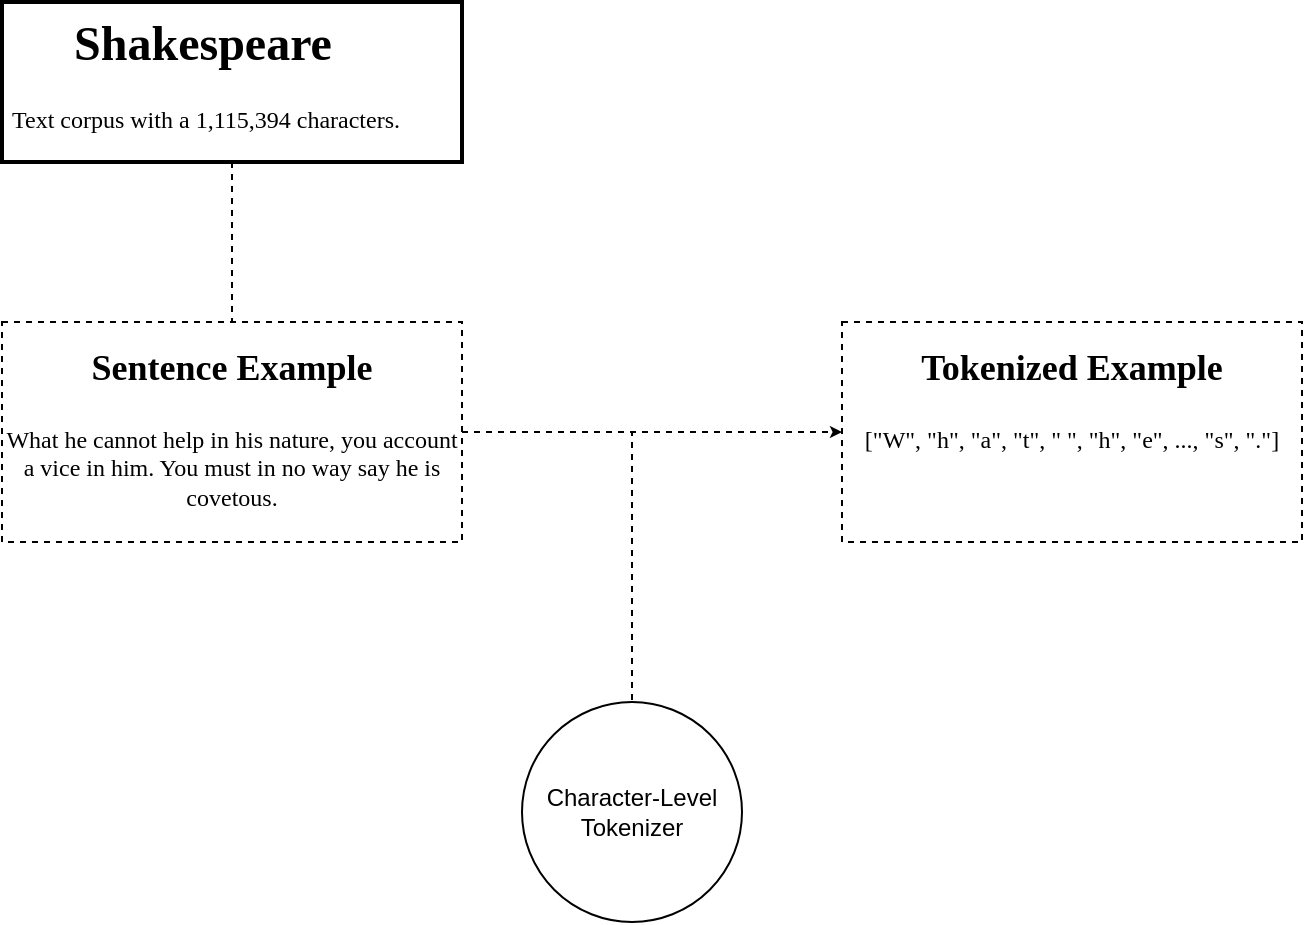
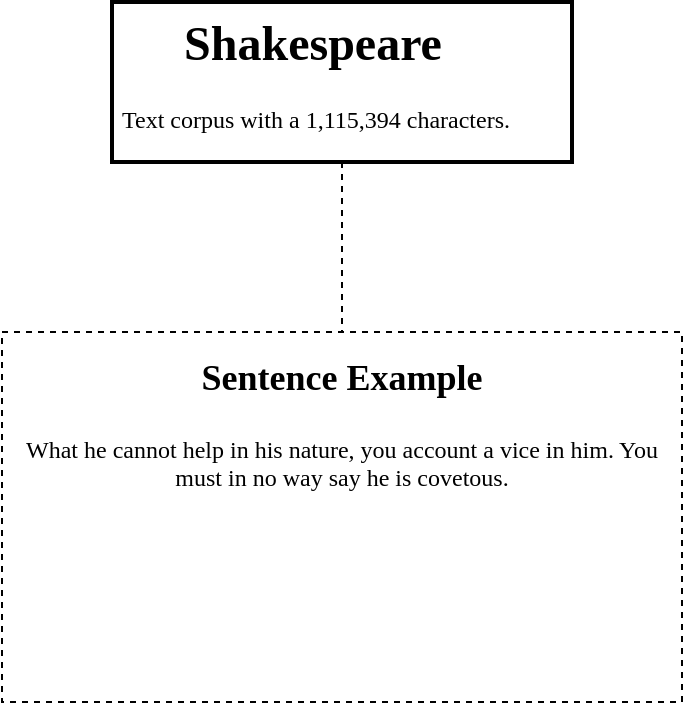
<mxfile host="app.diagrams.net">
  <diagram id="NtGSKF13I9CKaHuXPRk5" name="Page-1">
-     <mxGraphModel dx="1092" dy="637" grid="1" gridSize="10" guides="1" tooltips="1" connect="1" arrows="1" fold="1" page="1" pageScale="1" pageWidth="850" pageHeight="1100" math="0" shadow="0">
+     <mxGraphModel dx="1584" dy="924" grid="1" gridSize="10" guides="1" tooltips="1" connect="1" arrows="1" fold="1" page="1" pageScale="1" pageWidth="850" pageHeight="1100" math="0" shadow="0">
      <root>
        <mxCell id="0" />
        <mxCell id="1" parent="0" />
        <mxCell id="4VjlniU39edUG8nQXsp6-4" edge="1" parent="1" source="4VjlniU39edUG8nQXsp6-1" style="edgeStyle=orthogonalEdgeStyle;rounded=0;orthogonalLoop=1;jettySize=auto;html=1;entryX=0.5;entryY=0;entryDx=0;entryDy=0;dashed=1;endArrow=none;endFill=0;" target="4VjlniU39edUG8nQXsp6-3">
          <mxGeometry relative="1" as="geometry" />
        </mxCell>
        <mxCell id="4VjlniU39edUG8nQXsp6-1" parent="1" style="text;html=1;whiteSpace=wrap;overflow=hidden;rounded=0;strokeColor=default;strokeWidth=2;" value="&lt;h1 style=&quot;text-align: center; margin-top: 0px;&quot;&gt;&lt;font face=&quot;Tahoma&quot;&gt;Shakespeare&lt;/font&gt;&lt;/h1&gt;&lt;p style=&quot;text-align: center;&quot;&gt;&lt;font face=&quot;Tahoma&quot;&gt;&amp;nbsp;Text corpus with a&amp;nbsp;&lt;span style=&quot;background-color: transparent; color: light-dark(rgb(0, 0, 0), rgb(255, 255, 255));&quot;&gt;1,115,394 characters.&lt;/span&gt;&lt;/font&gt;&lt;br&gt;&lt;/p&gt;" vertex="1">
          <mxGeometry height="80" width="230" x="80" y="330" as="geometry" />
        </mxCell>
-         <mxCell id="4VjlniU39edUG8nQXsp6-6" edge="1" parent="1" source="4VjlniU39edUG8nQXsp6-3" style="edgeStyle=orthogonalEdgeStyle;rounded=0;orthogonalLoop=1;jettySize=auto;html=1;entryX=0;entryY=0.5;entryDx=0;entryDy=0;endSize=3;dashed=1;" target="4VjlniU39edUG8nQXsp6-5">
-           <mxGeometry relative="1" as="geometry">
-             <Array as="points">
-               <mxPoint x="390" y="545" />
-               <mxPoint x="390" y="545" />
-             </Array>
-           </mxGeometry>
-         </mxCell>
-         <mxCell id="4VjlniU39edUG8nQXsp6-11" edge="1" parent="1" source="4VjlniU39edUG8nQXsp6-3" style="edgeStyle=orthogonalEdgeStyle;rounded=0;orthogonalLoop=1;jettySize=auto;html=1;entryX=0.5;entryY=0;entryDx=0;entryDy=0;endSize=3;dashed=1;endArrow=none;endFill=0;" target="4VjlniU39edUG8nQXsp6-8">
-           <mxGeometry relative="1" as="geometry" />
-         </mxCell>
        <mxCell id="4VjlniU39edUG8nQXsp6-3" parent="1" style="text;html=1;whiteSpace=wrap;overflow=hidden;rounded=0;align=center;strokeColor=default;strokeWidth=1;dashed=1;" value="&lt;h1 style=&quot;margin-top: 0px;&quot;&gt;&lt;font face=&quot;Tahoma&quot; style=&quot;font-size: 18px;&quot;&gt;Sentence Example&lt;/font&gt;&lt;/h1&gt;&lt;p&gt;&lt;font face=&quot;Tahoma&quot;&gt;What he cannot help in his nature, you account a vice in him. You must in no way say he is covetous.&lt;/font&gt;&lt;/p&gt;" vertex="1">
-           <mxGeometry height="110" width="230" x="80" y="490" as="geometry" />
-         </mxCell>
-         <mxCell id="4VjlniU39edUG8nQXsp6-5" parent="1" style="text;html=1;whiteSpace=wrap;overflow=hidden;rounded=0;align=center;strokeColor=default;strokeWidth=1;dashed=1;" value="&lt;h1 style=&quot;margin-top: 0px;&quot;&gt;&lt;font face=&quot;Tahoma&quot; style=&quot;font-size: 18px;&quot;&gt;Tokenized Example&lt;/font&gt;&lt;/h1&gt;&lt;p&gt;&lt;font face=&quot;Tahoma&quot;&gt;[&quot;W&quot;, &quot;h&quot;, &quot;a&quot;, &quot;t&quot;, &quot; &quot;, &quot;h&quot;, &quot;e&quot;, ..., &quot;s&quot;, &quot;.&quot;]&lt;/font&gt;&lt;/p&gt;" vertex="1">
-           <mxGeometry height="110" width="230" x="500" y="490" as="geometry" />
-         </mxCell>
-         <mxCell id="4VjlniU39edUG8nQXsp6-8" parent="1" style="ellipse;whiteSpace=wrap;html=1;aspect=fixed;" value="Character-Level Tokenizer" vertex="1">
-           <mxGeometry height="110" width="110" x="340" y="680" as="geometry" />
+           <mxGeometry height="185" width="340" x="25" y="495" as="geometry" />
        </mxCell>
      </root>
    </mxGraphModel>
  </diagram>
</mxfile>
